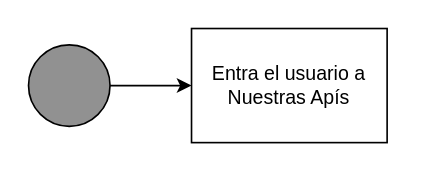
Earlier version of the draw.io diagram FlujoPortalConecta.drawio (WilliamTovar-SB/DocumentacionProyectos). Source tidied: cells renumbered, new cells numbered last; positions are measured from the earlier drawing's top-left corner, leaving out a move shared by most shapes. Both pictures are drawn from the tidied source at 163%, with x=0, y=0 at pixel (28, 28).
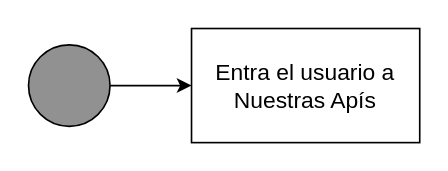
After the change.

What changed in the source:
```diff
@@
 <mxGraphModel>
   <root>
     <mxCell id="0" />
     <mxCell id="1" parent="0" />
     <mxCell id="2" style="edgeStyle=orthogonalEdgeStyle;rounded=0;jettySize=auto;html=1;" parent="1" edge="1" source="3" target="4">
       <mxGeometry relative="1" as="geometry" />
     </mxCell>
     <mxCell id="3" style="ellipse;whiteSpace=wrap;html=1;fillColor=#919191;" parent="1" vertex="1">
       <mxGeometry y="10" width="50" height="50" as="geometry" />
     </mxCell>
-    <mxCell id="4" value="Entra el usuario a Nuestras Apís" style="rounded=0;whiteSpace=wrap;html=1;" parent="1" vertex="1">
-      <mxGeometry x="100" width="120" height="70" as="geometry" />
+    <mxCell id="4" value="&lt;font style=&quot;font-size: 14px;&quot;&gt;Entra el usuario a Nuestras Apís&lt;/font&gt;" style="rounded=0;whiteSpace=wrap;html=1;" parent="1" vertex="1">
+      <mxGeometry x="100" width="140" height="70" as="geometry" />
     </mxCell>
   </root>
 </mxGraphModel>
```
